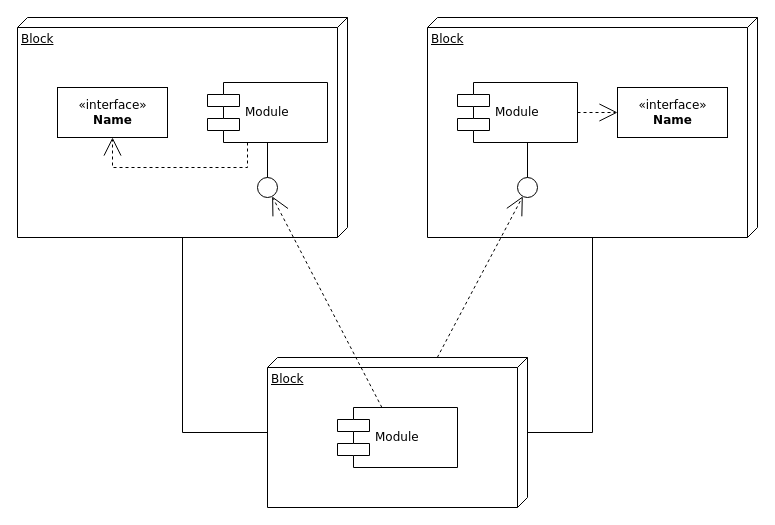
Above: Untitled Diagram.drawio in voloshyndmitry/hivery-micro-fe-app (draw.io), before the change. Source tidied: cells renumbered, new cells numbered last; positions are measured from the earlier drawing's top-left corner, leaving out a move shared by most shapes. Both pictures are drawn from the tidied source at 100%, with x=0, y=0 at pixel (17, 17).
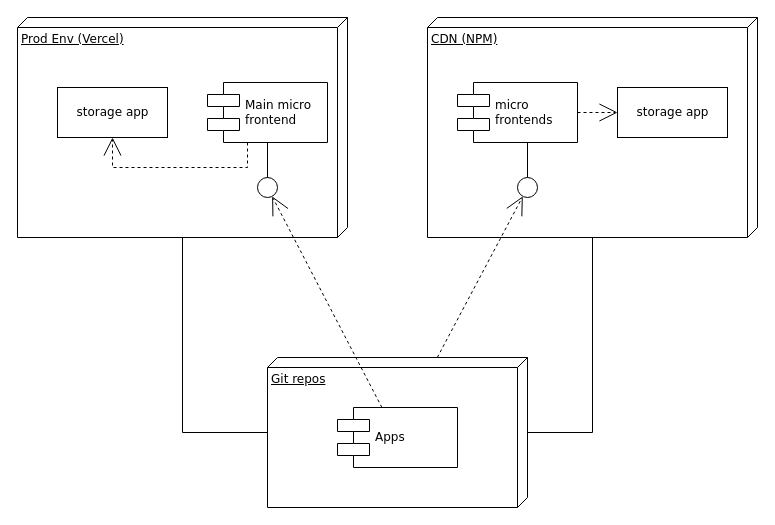
The same diagram, later.

Diff of the diagram source:
```diff
@@
-    <mxCell id="2" value="Block" style="verticalAlign=top;align=left;spacingTop=8;spacingLeft=2;spacingRight=12;shape=cube;size=10;direction=south;fontStyle=4;html=1;rounded=0;shadow=0;comic=0;labelBackgroundColor=none;strokeWidth=1;fontFamily=Verdana;fontSize=12;" parent="1" vertex="1">
+    <mxCell id="2" value="Prod Env (Vercel)" style="verticalAlign=top;align=left;spacingTop=8;spacingLeft=2;spacingRight=12;shape=cube;size=10;direction=south;fontStyle=4;html=1;rounded=0;shadow=0;comic=0;labelBackgroundColor=none;strokeWidth=1;fontFamily=Verdana;fontSize=12;" parent="1" vertex="1">
       <mxGeometry width="330" height="220" as="geometry" />
     </mxCell>
-    <mxCell id="3" value="Block" style="verticalAlign=top;align=left;spacingTop=8;spacingLeft=2;spacingRight=12;shape=cube;size=10;direction=south;fontStyle=4;html=1;rounded=0;shadow=0;comic=0;labelBackgroundColor=none;strokeWidth=1;fontFamily=Verdana;fontSize=12;" parent="1" vertex="1">
+    <mxCell id="3" value="CDN (NPM)" style="verticalAlign=top;align=left;spacingTop=8;spacingLeft=2;spacingRight=12;shape=cube;size=10;direction=south;fontStyle=4;html=1;rounded=0;shadow=0;comic=0;labelBackgroundColor=none;strokeWidth=1;fontFamily=Verdana;fontSize=12;" parent="1" vertex="1">
       <mxGeometry x="410" width="330" height="220" as="geometry" />
     </mxCell>
-    <mxCell id="4" value="Block" style="verticalAlign=top;align=left;spacingTop=8;spacingLeft=2;spacingRight=12;shape=cube;size=10;direction=south;fontStyle=4;html=1;rounded=0;shadow=0;comic=0;labelBackgroundColor=none;strokeWidth=1;fontFamily=Verdana;fontSize=12;" parent="1" vertex="1">
+    <mxCell id="4" value="Git repos" style="verticalAlign=top;align=left;spacingTop=8;spacingLeft=2;spacingRight=12;shape=cube;size=10;direction=south;fontStyle=4;html=1;rounded=0;shadow=0;comic=0;labelBackgroundColor=none;strokeWidth=1;fontFamily=Verdana;fontSize=12;" parent="1" vertex="1">
       <mxGeometry x="250" y="340" width="260" height="150" as="geometry" />
     </mxCell>
-    <mxCell id="5" value="&amp;laquo;interface&amp;raquo;&lt;br&gt;&lt;b&gt;Name&lt;/b&gt;" style="html=1;rounded=0;shadow=0;comic=0;labelBackgroundColor=none;strokeWidth=1;fontFamily=Verdana;fontSize=12;align=center;" parent="1" vertex="1">
+    <mxCell id="5" value="storage app" style="html=1;rounded=0;shadow=0;comic=0;labelBackgroundColor=none;strokeWidth=1;fontFamily=Verdana;fontSize=12;align=center;" parent="1" vertex="1">
       <mxGeometry x="40" y="70" width="110" height="50" as="geometry" />
     </mxCell>
-    <mxCell id="6" value="Module" style="shape=component;align=left;spacingLeft=36;rounded=0;shadow=0;comic=0;labelBackgroundColor=none;strokeWidth=1;fontFamily=Verdana;fontSize=12;html=1;" parent="1" vertex="1">
+    <mxCell id="6" value="Main micro &lt;br&gt;frontend" style="shape=component;align=left;spacingLeft=36;rounded=0;shadow=0;comic=0;labelBackgroundColor=none;strokeWidth=1;fontFamily=Verdana;fontSize=12;html=1;" parent="1" vertex="1">
       <mxGeometry x="190" y="65" width="120" height="60" as="geometry" />
     </mxCell>
@@
-    <mxCell id="8" value="Module" style="shape=component;align=left;spacingLeft=36;rounded=0;shadow=0;comic=0;labelBackgroundColor=none;strokeWidth=1;fontFamily=Verdana;fontSize=12;html=1;" parent="1" vertex="1">
+    <mxCell id="8" value="micro &lt;br&gt;frontends" style="shape=component;align=left;spacingLeft=36;rounded=0;shadow=0;comic=0;labelBackgroundColor=none;strokeWidth=1;fontFamily=Verdana;fontSize=12;html=1;" parent="1" vertex="1">
       <mxGeometry x="440" y="65" width="120" height="60" as="geometry" />
     </mxCell>
-    <mxCell id="9" value="&amp;laquo;interface&amp;raquo;&lt;br&gt;&lt;b&gt;Name&lt;/b&gt;" style="html=1;rounded=0;shadow=0;comic=0;labelBackgroundColor=none;strokeWidth=1;fontFamily=Verdana;fontSize=12;align=center;" parent="1" vertex="1">
+    <mxCell id="9" value="storage app" style="html=1;rounded=0;shadow=0;comic=0;labelBackgroundColor=none;strokeWidth=1;fontFamily=Verdana;fontSize=12;align=center;" parent="1" vertex="1">
       <mxGeometry x="600" y="70" width="110" height="50" as="geometry" />
     </mxCell>
@@
-    <mxCell id="11" value="Module" style="shape=component;align=left;spacingLeft=36;rounded=0;shadow=0;comic=0;labelBackgroundColor=none;strokeWidth=1;fontFamily=Verdana;fontSize=12;html=1;" parent="1" vertex="1">
+    <mxCell id="11" value="Apps" style="shape=component;align=left;spacingLeft=36;rounded=0;shadow=0;comic=0;labelBackgroundColor=none;strokeWidth=1;fontFamily=Verdana;fontSize=12;html=1;" parent="1" vertex="1">
       <mxGeometry x="320" y="390" width="120" height="60" as="geometry" />
     </mxCell>
```
